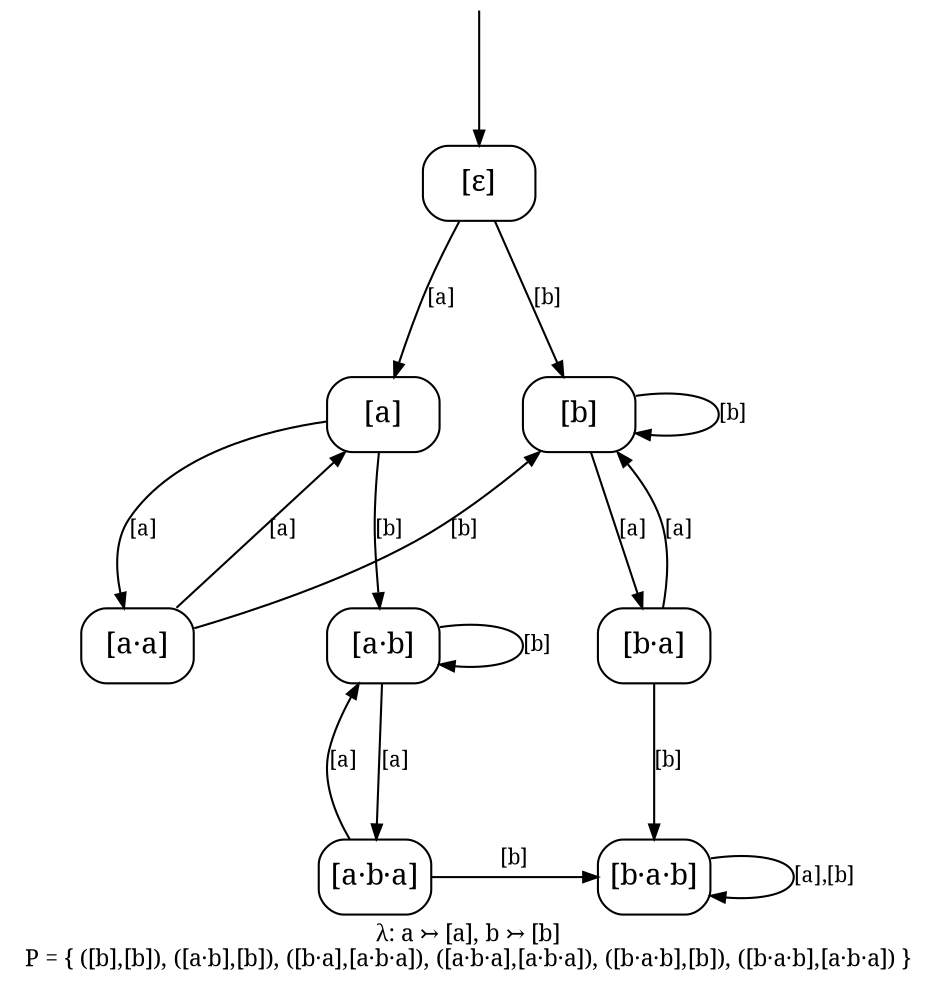
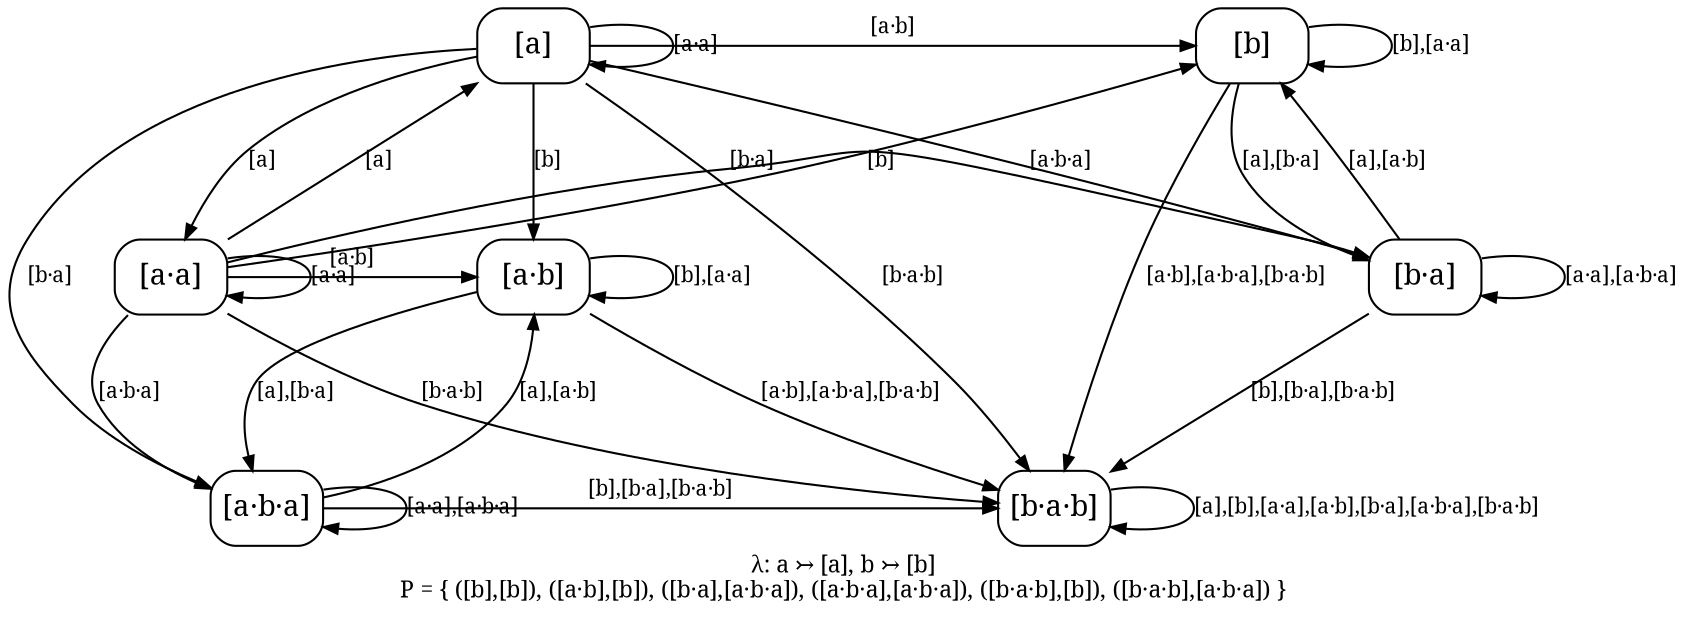
// sos2cayley evenblocks.sos --rename a=a,!a=b
digraph core_F3_evenblocks {
  rankdir=TB;
  ranksep=0.87; nodesep=0.55;
  node [shape=box, style=rounded, fontname="serif", margin="0.06,0.03"];
  edge [fontname="serif", fontsize=10, arrowsize=0.7];
  label="λ: a ↣ [a], b ↣ [b]\nP = { ([b],[b]), ([a·b],[b]), ([b·a],[a·b·a]), ([a·b·a],[a·b·a]), ([b·a·b],[b]), ([b·a·b],[a·b·a]) }";
  labelloc="b"; labeljust="c"; fontname="serif"; fontsize=11;

-   eps [label="[ε]"];
  a [label="[a]"];
  b [label="[b]"];
  aa [label="[a·a]"];
  ab [label="[a·b]"];
  ba [label="[b·a]"];
  aba [label="[a·b·a]"];
  bab [label="[b·a·b]"];
-   _init [shape=none, label="", width=0.02, height=0.02];
-   _init -> eps;

-   { rank=same; eps; }
  { rank=same; a b; }
  { rank=same; aa ab ba; }
  { rank=same; aba bab; }

-   eps -> a [label="[a]", weight=10];
-   eps -> b [label="[b]", weight=10];
  a -> aa [label="[a]", weight=3];
  a -> ab [label="[b]", weight=3];
-   b -> ba [label="[a]", weight=3];
-   b -> b [label="[b]", weight=1];
+   a -> a [label="[a·a]", weight=1];
+   a -> b [label="[a·b]", weight=1];
+   a -> aba [label="[b·a]", weight=1];
+   a -> ba [label="[a·b·a]", weight=1];
+   a -> bab [label="[b·a·b]", weight=1];
+   b -> ba [label="[a],[b·a]", weight=3];
+   b -> b [label="[b],[a·a]", weight=1];
+   b -> bab [label="[a·b],[a·b·a],[b·a·b]", weight=1];
  aa -> a [label="[a]", weight=1];
  aa -> b [label="[b]", weight=1];
-   ab -> aba [label="[a]", weight=3];
-   ab -> ab [label="[b]", weight=1];
-   ba -> b [label="[a]", weight=1];
-   ba -> bab [label="[b]", weight=3];
-   aba -> ab [label="[a]", weight=1];
-   aba -> bab [label="[b]", weight=1];
-   bab -> bab [label="[a],[b]", weight=1];
+   aa -> aa [label="[a·a]", weight=1];
+   aa -> ab [label="[a·b]", weight=1];
+   aa -> ba [label="[b·a]", weight=1];
+   aa -> aba [label="[a·b·a]", weight=1];
+   aa -> bab [label="[b·a·b]", weight=1];
+   ab -> aba [label="[a],[b·a]", weight=3];
+   ab -> ab [label="[b],[a·a]", weight=1];
+   ab -> bab [label="[a·b],[a·b·a],[b·a·b]", weight=1];
+   ba -> b [label="[a],[a·b]", weight=1];
+   ba -> bab [label="[b],[b·a],[b·a·b]", weight=3];
+   ba -> ba [label="[a·a],[a·b·a]", weight=1];
+   aba -> ab [label="[a],[a·b]", weight=1];
+   aba -> bab [label="[b],[b·a],[b·a·b]", weight=1];
+   aba -> aba [label="[a·a],[a·b·a]", weight=1];
+   bab -> bab [label="[a],[b],[a·a],[a·b],[b·a],[a·b·a],[b·a·b]", weight=1];
}
